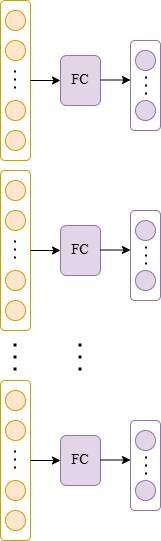
Before: Fig.4.drawio.png, a diagram exported from draw.io (linazuimeia/linazuimeia). Source tidied: cells renumbered, new cells last; positions are measured from the earlier drawing's top-left corner, leaving out a move shared by most shapes.
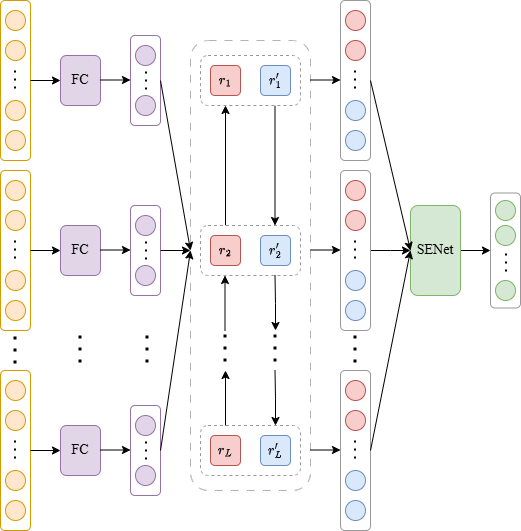
After the commit.

What changed in the source:
```diff
@@ -45,30 +45,30 @@
       </mxGeometry>
     </mxCell>
     <mxCell id="14" style="rounded=1;whiteSpace=wrap;html=1;fillColor=#FFFFFF;strokeColor=#d79b00;" parent="1" vertex="1">
-      <mxGeometry y="380" width="30" height="160" as="geometry" />
+      <mxGeometry y="370" width="30" height="160" as="geometry" />
     </mxCell>
     <mxCell id="15" style="ellipse;whiteSpace=wrap;html=1;fillColor=#ffe6cc;strokeColor=#d79b00;" parent="1" vertex="1">
-      <mxGeometry x="5" y="390" width="20" height="20" as="geometry" />
+      <mxGeometry x="5" y="380" width="20" height="20" as="geometry" />
     </mxCell>
     <mxCell id="16" style="ellipse;whiteSpace=wrap;html=1;fillColor=#ffe6cc;strokeColor=#d79b00;" parent="1" vertex="1">
-      <mxGeometry x="5" y="420" width="20" height="20" as="geometry" />
+      <mxGeometry x="5" y="410" width="20" height="20" as="geometry" />
     </mxCell>
     <mxCell id="17" style="ellipse;whiteSpace=wrap;html=1;fillColor=#ffe6cc;strokeColor=#d79b00;" parent="1" vertex="1">
-      <mxGeometry x="5" y="480" width="20" height="20" as="geometry" />
+      <mxGeometry x="5" y="470" width="20" height="20" as="geometry" />
     </mxCell>
     <mxCell id="18" style="ellipse;whiteSpace=wrap;html=1;fillColor=#ffe6cc;strokeColor=#d79b00;" parent="1" vertex="1">
-      <mxGeometry x="5" y="510" width="20" height="20" as="geometry" />
+      <mxGeometry x="5" y="500" width="20" height="20" as="geometry" />
     </mxCell>
     <mxCell id="19" style="endArrow=none;dashed=1;html=1;dashPattern=1 3;strokeWidth=2;rounded=0;" parent="1" edge="1">
       <mxGeometry relative="1" as="geometry">
-        <mxPoint x="14.5" y="450" as="sourcePoint" />
-        <mxPoint x="14.5" y="470" as="targetPoint" />
+        <mxPoint x="14.5" y="440" as="sourcePoint" />
+        <mxPoint x="14.5" y="460" as="targetPoint" />
       </mxGeometry>
     </mxCell>
     <mxCell id="20" style="endArrow=none;dashed=1;html=1;dashPattern=1 3;strokeWidth=3;rounded=0;" parent="1" edge="1">
       <mxGeometry relative="1" as="geometry">
-        <mxPoint x="14.5" y="370" as="sourcePoint" />
-        <mxPoint x="14.5" y="340" as="targetPoint" />
+        <mxPoint x="14.5" y="363" as="sourcePoint" />
+        <mxPoint x="14.5" y="333" as="targetPoint" />
       </mxGeometry>
     </mxCell>
     <mxCell id="21" style="endArrow=classic;html=1;rounded=0;exitX=1;exitY=0.5;exitDx=0;exitDy=0;" parent="1" edge="1" source="2">
@@ -90,17 +90,17 @@
     </mxCell>
     <mxCell id="25" style="endArrow=classic;html=1;rounded=0;exitX=1;exitY=0.5;exitDx=0;exitDy=0;" parent="1" edge="1">
       <mxGeometry relative="1" as="geometry">
-        <mxPoint x="30" y="460" as="sourcePoint" />
-        <mxPoint x="60" y="460" as="targetPoint" />
+        <mxPoint x="30" y="450" as="sourcePoint" />
+        <mxPoint x="60" y="450" as="targetPoint" />
       </mxGeometry>
     </mxCell>
     <mxCell id="26" value="&lt;font style=&quot;font-size: 14px;&quot; face=&quot;Times New Roman&quot;&gt;FC&lt;/font&gt;" style="rounded=1;whiteSpace=wrap;html=1;fillColor=#e1d5e7;strokeColor=#9673a6;" parent="1" vertex="1">
-      <mxGeometry x="60" y="435" width="40" height="50" as="geometry" />
+      <mxGeometry x="60" y="425" width="40" height="50" as="geometry" />
     </mxCell>
     <mxCell id="27" style="endArrow=none;dashed=1;html=1;dashPattern=1 3;strokeWidth=3;rounded=0;" parent="1" edge="1">
       <mxGeometry relative="1" as="geometry">
-        <mxPoint x="79.5" y="370" as="sourcePoint" />
-        <mxPoint x="79.5" y="340" as="targetPoint" />
+        <mxPoint x="79.5" y="362" as="sourcePoint" />
+        <mxPoint x="79.5" y="332" as="targetPoint" />
       </mxGeometry>
     </mxCell>
     <mxCell id="28" style="endArrow=classic;html=1;rounded=0;exitX=1;exitY=0.5;exitDx=0;exitDy=0;" parent="1" edge="1">
@@ -110,18 +110,18 @@
       </mxGeometry>
     </mxCell>
     <mxCell id="29" style="rounded=1;whiteSpace=wrap;html=1;fillColor=#FFFFFF;strokeColor=#9673a6;" parent="1" vertex="1">
-      <mxGeometry x="130" y="40" width="30" height="90" as="geometry" />
+      <mxGeometry x="130" y="35" width="30" height="90" as="geometry" />
     </mxCell>
     <mxCell id="30" style="ellipse;whiteSpace=wrap;html=1;fillColor=#e1d5e7;strokeColor=#9673a6;" parent="1" vertex="1">
-      <mxGeometry x="135" y="100" width="20" height="20" as="geometry" />
+      <mxGeometry x="135" y="95" width="20" height="20" as="geometry" />
     </mxCell>
     <mxCell id="31" style="ellipse;whiteSpace=wrap;html=1;fillColor=#e1d5e7;strokeColor=#9673a6;" parent="1" vertex="1">
-      <mxGeometry x="135" y="50" width="20" height="20" as="geometry" />
+      <mxGeometry x="135" y="45" width="20" height="20" as="geometry" />
     </mxCell>
     <mxCell id="32" style="endArrow=none;dashed=1;html=1;dashPattern=1 3;strokeWidth=2;rounded=0;" parent="1" edge="1">
       <mxGeometry relative="1" as="geometry">
-        <mxPoint x="145.5" y="76" as="sourcePoint" />
-        <mxPoint x="145.5" y="96" as="targetPoint" />
+        <mxPoint x="145.5" y="71" as="sourcePoint" />
+        <mxPoint x="145.5" y="91" as="targetPoint" />
       </mxGeometry>
     </mxCell>
     <mxCell id="33" style="endArrow=classic;html=1;rounded=0;exitX=1;exitY=0.5;exitDx=0;exitDy=0;" parent="1" edge="1">
@@ -131,40 +131,259 @@
       </mxGeometry>
     </mxCell>
     <mxCell id="34" style="rounded=1;whiteSpace=wrap;html=1;fillColor=#FFFFFF;strokeColor=#9673a6;" parent="1" vertex="1">
-      <mxGeometry x="130" y="210" width="30" height="90" as="geometry" />
+      <mxGeometry x="130" y="205" width="30" height="90" as="geometry" />
     </mxCell>
     <mxCell id="35" style="ellipse;whiteSpace=wrap;html=1;fillColor=#e1d5e7;strokeColor=#9673a6;" parent="1" vertex="1">
-      <mxGeometry x="135" y="270" width="20" height="20" as="geometry" />
+      <mxGeometry x="135" y="265" width="20" height="20" as="geometry" />
     </mxCell>
     <mxCell id="36" style="ellipse;whiteSpace=wrap;html=1;fillColor=#e1d5e7;strokeColor=#9673a6;" parent="1" vertex="1">
-      <mxGeometry x="135" y="220" width="20" height="20" as="geometry" />
+      <mxGeometry x="135" y="215" width="20" height="20" as="geometry" />
     </mxCell>
     <mxCell id="37" style="endArrow=none;dashed=1;html=1;dashPattern=1 3;strokeWidth=2;rounded=0;" parent="1" edge="1">
       <mxGeometry relative="1" as="geometry">
-        <mxPoint x="145.5" y="246" as="sourcePoint" />
-        <mxPoint x="145.5" y="266" as="targetPoint" />
+        <mxPoint x="145.5" y="241" as="sourcePoint" />
+        <mxPoint x="145.5" y="261" as="targetPoint" />
       </mxGeometry>
     </mxCell>
     <mxCell id="38" style="endArrow=classic;html=1;rounded=0;exitX=1;exitY=0.5;exitDx=0;exitDy=0;" parent="1" edge="1">
       <mxGeometry relative="1" as="geometry">
-        <mxPoint x="100" y="459.5" as="sourcePoint" />
-        <mxPoint x="130" y="459.5" as="targetPoint" />
+        <mxPoint x="100" y="449.5" as="sourcePoint" />
+        <mxPoint x="130" y="449.5" as="targetPoint" />
       </mxGeometry>
     </mxCell>
     <mxCell id="39" style="rounded=1;whiteSpace=wrap;html=1;fillColor=#FFFFFF;strokeColor=#9673a6;" parent="1" vertex="1">
-      <mxGeometry x="130" y="420" width="30" height="90" as="geometry" />
+      <mxGeometry x="130" y="405" width="30" height="90" as="geometry" />
     </mxCell>
     <mxCell id="40" style="ellipse;whiteSpace=wrap;html=1;fillColor=#e1d5e7;strokeColor=#9673a6;" parent="1" vertex="1">
-      <mxGeometry x="135" y="480" width="20" height="20" as="geometry" />
+      <mxGeometry x="135" y="465" width="20" height="20" as="geometry" />
     </mxCell>
     <mxCell id="41" style="ellipse;whiteSpace=wrap;html=1;fillColor=#e1d5e7;strokeColor=#9673a6;" parent="1" vertex="1">
-      <mxGeometry x="135" y="430" width="20" height="20" as="geometry" />
+      <mxGeometry x="135" y="415" width="20" height="20" as="geometry" />
     </mxCell>
     <mxCell id="42" style="endArrow=none;dashed=1;html=1;dashPattern=1 3;strokeWidth=2;rounded=0;" parent="1" edge="1">
       <mxGeometry relative="1" as="geometry">
-        <mxPoint x="145.5" y="456" as="sourcePoint" />
-        <mxPoint x="145.5" y="476" as="targetPoint" />
+        <mxPoint x="145.5" y="441" as="sourcePoint" />
+        <mxPoint x="145.5" y="461" as="targetPoint" />
       </mxGeometry>
     </mxCell>
+    <mxCell id="43" style="rounded=1;whiteSpace=wrap;html=1;dashed=1;dashPattern=8 8;fillColor=#FFFFFF;strokeColor=#B3B3B3;" parent="1" vertex="1">
+      <mxGeometry x="190" y="40" width="120" height="450" as="geometry" />
+    </mxCell>
+    <mxCell id="44" style="edgeStyle=orthogonalEdgeStyle;rounded=0;jettySize=auto;html=1;exitX=1;exitY=0.5;exitDx=0;exitDy=0;entryX=0;entryY=0.467;entryDx=0;entryDy=0;entryPerimeter=0;" parent="1" edge="1" source="34" target="43">
+      <mxGeometry relative="1" as="geometry" />
+    </mxCell>
+    <mxCell id="45" style="endArrow=classic;html=1;rounded=0;exitX=1;exitY=0.5;exitDx=0;exitDy=0;" parent="1" edge="1" source="29">
+      <mxGeometry relative="1" as="geometry">
+        <mxPoint x="190" y="250" as="targetPoint" />
+      </mxGeometry>
+    </mxCell>
+    <mxCell id="46" style="endArrow=classic;html=1;rounded=0;exitX=1;exitY=0.5;exitDx=0;exitDy=0;" parent="1" edge="1" source="39">
+      <mxGeometry relative="1" as="geometry">
+        <mxPoint x="190" y="250" as="targetPoint" />
+      </mxGeometry>
+    </mxCell>
+    <mxCell id="47" style="edgeStyle=orthogonalEdgeStyle;rounded=0;orthogonalLoop=1;jettySize=auto;html=1;exitX=0.25;exitY=1;exitDx=0;exitDy=0;entryX=0.25;entryY=0;entryDx=0;entryDy=0;" parent="1" edge="1">
+      <mxGeometry relative="1" as="geometry">
+        <mxPoint x="274.5" y="105" as="sourcePoint" />
+        <mxPoint x="274.5" y="225" as="targetPoint" />
+      </mxGeometry>
+    </mxCell>
+    <mxCell id="48" style="rounded=1;whiteSpace=wrap;html=1;dashed=1;strokeColor=#999999;" parent="1" vertex="1">
+      <mxGeometry x="200" y="55" width="100" height="50" as="geometry" />
+    </mxCell>
+    <mxCell id="49" value="$$ r_1 $$" style="rounded=1;whiteSpace=wrap;html=1;fillColor=#f8cecc;strokeColor=#b85450;" parent="1" vertex="1">
+      <mxGeometry x="210" y="65" width="30" height="30" as="geometry" />
+    </mxCell>
+    <mxCell id="50" value="$$ r'_1 $$" style="rounded=1;whiteSpace=wrap;html=1;fillColor=#dae8fc;strokeColor=#6c8ebf;" parent="1" vertex="1">
+      <mxGeometry x="260" y="65" width="30" height="30" as="geometry" />
+    </mxCell>
+    <mxCell id="51" style="edgeStyle=orthogonalEdgeStyle;rounded=0;jettySize=auto;html=1;exitX=0.25;exitY=0;exitDx=0;exitDy=0;entryX=0.25;entryY=1;entryDx=0;entryDy=0;" parent="1" edge="1" source="52" target="48">
+      <mxGeometry relative="1" as="geometry" />
+    </mxCell>
+    <mxCell id="52" style="rounded=1;whiteSpace=wrap;html=1;dashed=1;strokeColor=#999999;" parent="1" vertex="1">
+      <mxGeometry x="200" y="225" width="100" height="50" as="geometry" />
+    </mxCell>
+    <mxCell id="53" value="$$ r_2 $$" style="rounded=1;whiteSpace=wrap;html=1;fillColor=#f8cecc;strokeColor=#b85450;" parent="1" vertex="1">
+      <mxGeometry x="210" y="235" width="30" height="30" as="geometry" />
+    </mxCell>
+    <mxCell id="54" value="$$ r'_2 $$" style="rounded=1;whiteSpace=wrap;html=1;fillColor=#dae8fc;strokeColor=#6c8ebf;" parent="1" vertex="1">
+      <mxGeometry x="260" y="235" width="30" height="30" as="geometry" />
+    </mxCell>
+    <mxCell id="55" style="rounded=1;whiteSpace=wrap;html=1;dashed=1;strokeColor=#999999;" parent="1" vertex="1">
+      <mxGeometry x="200" y="425" width="100" height="50" as="geometry" />
+    </mxCell>
+    <mxCell id="56" value="$$ r_L $$" style="rounded=1;whiteSpace=wrap;html=1;fillColor=#f8cecc;strokeColor=#b85450;" parent="1" vertex="1">
+      <mxGeometry x="210" y="435" width="30" height="30" as="geometry" />
+    </mxCell>
+    <mxCell id="57" value="$$ r'_L $$" style="rounded=1;whiteSpace=wrap;html=1;fillColor=#dae8fc;strokeColor=#6c8ebf;" parent="1" vertex="1">
+      <mxGeometry x="260" y="435" width="30" height="30" as="geometry" />
+    </mxCell>
+    <mxCell id="58" style="edgeStyle=orthogonalEdgeStyle;rounded=0;orthogonalLoop=1;jettySize=auto;html=1;exitX=0.25;exitY=1;exitDx=0;exitDy=0;" parent="1" edge="1">
+      <mxGeometry relative="1" as="geometry">
+        <mxPoint x="274.5" y="275" as="sourcePoint" />
+        <mxPoint x="275" y="330" as="targetPoint" />
+      </mxGeometry>
+    </mxCell>
+    <mxCell id="59" style="edgeStyle=orthogonalEdgeStyle;rounded=0;orthogonalLoop=1;jettySize=auto;html=1;exitX=0.25;exitY=1;exitDx=0;exitDy=0;" parent="1" edge="1">
+      <mxGeometry relative="1" as="geometry">
+        <mxPoint x="274.5" y="370" as="sourcePoint" />
+        <mxPoint x="275" y="425" as="targetPoint" />
+      </mxGeometry>
+    </mxCell>
+    <mxCell id="60" style="endArrow=none;dashed=1;html=1;dashPattern=1 3;strokeWidth=3;rounded=0;" parent="1" edge="1">
+      <mxGeometry relative="1" as="geometry">
+        <mxPoint x="146.5" y="362" as="sourcePoint" />
+        <mxPoint x="146.5" y="332" as="targetPoint" />
+      </mxGeometry>
+    </mxCell>
+    <mxCell id="61" style="endArrow=none;dashed=1;html=1;dashPattern=1 3;strokeWidth=3;rounded=0;" parent="1" edge="1">
+      <mxGeometry relative="1" as="geometry">
+        <mxPoint x="274.5" y="361" as="sourcePoint" />
+        <mxPoint x="274.5" y="331" as="targetPoint" />
+      </mxGeometry>
+    </mxCell>
+    <mxCell id="62" style="endArrow=classic;html=1;rounded=0;exitX=0.25;exitY=0;exitDx=0;exitDy=0;" parent="1" edge="1" source="55">
+      <mxGeometry relative="1" as="geometry">
+        <mxPoint x="225" y="370" as="targetPoint" />
+      </mxGeometry>
+    </mxCell>
+    <mxCell id="63" style="endArrow=classic;html=1;rounded=0;exitX=0.25;exitY=0;exitDx=0;exitDy=0;" parent="1" edge="1">
+      <mxGeometry relative="1" as="geometry">
+        <mxPoint x="224.5" y="330" as="sourcePoint" />
+        <mxPoint x="224.5" y="275" as="targetPoint" />
+      </mxGeometry>
+    </mxCell>
+    <mxCell id="64" style="endArrow=none;dashed=1;html=1;dashPattern=1 3;strokeWidth=3;rounded=0;" parent="1" edge="1">
+      <mxGeometry relative="1" as="geometry">
+        <mxPoint x="224.5" y="361" as="sourcePoint" />
+        <mxPoint x="224.5" y="331" as="targetPoint" />
+      </mxGeometry>
+    </mxCell>
+    <mxCell id="65" style="rounded=1;whiteSpace=wrap;html=1;fillColor=#FFFFFF;strokeColor=#999999;" parent="1" vertex="1">
+      <mxGeometry x="340" width="30" height="160" as="geometry" />
+    </mxCell>
+    <mxCell id="66" style="ellipse;whiteSpace=wrap;html=1;fillColor=#f8cecc;strokeColor=#b85450;" parent="1" vertex="1">
+      <mxGeometry x="345" y="10" width="20" height="20" as="geometry" />
+    </mxCell>
+    <mxCell id="67" style="ellipse;whiteSpace=wrap;html=1;fillColor=#f8cecc;strokeColor=#b85450;" parent="1" vertex="1">
+      <mxGeometry x="345" y="40" width="20" height="20" as="geometry" />
+    </mxCell>
+    <mxCell id="68" style="ellipse;whiteSpace=wrap;html=1;fillColor=#dae8fc;strokeColor=#6c8ebf;" parent="1" vertex="1">
+      <mxGeometry x="345" y="100" width="20" height="20" as="geometry" />
+    </mxCell>
+    <mxCell id="69" style="ellipse;whiteSpace=wrap;html=1;fillColor=#dae8fc;strokeColor=#6c8ebf;" parent="1" vertex="1">
+      <mxGeometry x="345" y="130" width="20" height="20" as="geometry" />
+    </mxCell>
+    <mxCell id="70" style="endArrow=none;dashed=1;html=1;dashPattern=1 3;strokeWidth=2;rounded=0;" parent="1" edge="1">
+      <mxGeometry relative="1" as="geometry">
+        <mxPoint x="354.5" y="70" as="sourcePoint" />
+        <mxPoint x="354.5" y="90" as="targetPoint" />
+      </mxGeometry>
+    </mxCell>
+    <mxCell id="71" style="endArrow=classic;html=1;rounded=0;exitX=1;exitY=0.5;exitDx=0;exitDy=0;" parent="1" edge="1">
+      <mxGeometry relative="1" as="geometry">
+        <mxPoint x="310" y="79.5" as="sourcePoint" />
+        <mxPoint x="340" y="79.5" as="targetPoint" />
+      </mxGeometry>
+    </mxCell>
+    <mxCell id="72" style="edgeStyle=orthogonalEdgeStyle;rounded=0;jettySize=auto;html=1;exitX=1;exitY=0.5;exitDx=0;exitDy=0;" parent="1" edge="1" source="73">
+      <mxGeometry relative="1" as="geometry">
+        <mxPoint x="410" y="250" as="targetPoint" />
+      </mxGeometry>
+    </mxCell>
+    <mxCell id="73" style="rounded=1;whiteSpace=wrap;html=1;fillColor=#FFFFFF;strokeColor=#999999;" parent="1" vertex="1">
+      <mxGeometry x="340" y="170" width="30" height="160" as="geometry" />
+    </mxCell>
+    <mxCell id="74" style="ellipse;whiteSpace=wrap;html=1;fillColor=#f8cecc;strokeColor=#b85450;" parent="1" vertex="1">
+      <mxGeometry x="345" y="180" width="20" height="20" as="geometry" />
+    </mxCell>
+    <mxCell id="75" style="ellipse;whiteSpace=wrap;html=1;fillColor=#f8cecc;strokeColor=#b85450;" parent="1" vertex="1">
+      <mxGeometry x="345" y="210" width="20" height="20" as="geometry" />
+    </mxCell>
+    <mxCell id="76" style="ellipse;whiteSpace=wrap;html=1;fillColor=#dae8fc;strokeColor=#6c8ebf;" parent="1" vertex="1">
+      <mxGeometry x="345" y="270" width="20" height="20" as="geometry" />
+    </mxCell>
+    <mxCell id="77" style="ellipse;whiteSpace=wrap;html=1;fillColor=#dae8fc;strokeColor=#6c8ebf;" parent="1" vertex="1">
+      <mxGeometry x="345" y="300" width="20" height="20" as="geometry" />
+    </mxCell>
+    <mxCell id="78" style="endArrow=none;dashed=1;html=1;dashPattern=1 3;strokeWidth=2;rounded=0;" parent="1" edge="1">
+      <mxGeometry relative="1" as="geometry">
+        <mxPoint x="354.5" y="240" as="sourcePoint" />
+        <mxPoint x="354.5" y="260" as="targetPoint" />
+      </mxGeometry>
+    </mxCell>
+    <mxCell id="79" style="endArrow=classic;html=1;rounded=0;exitX=1;exitY=0.5;exitDx=0;exitDy=0;" parent="1" edge="1">
+      <mxGeometry relative="1" as="geometry">
+        <mxPoint x="310" y="249.5" as="sourcePoint" />
+        <mxPoint x="340" y="249.5" as="targetPoint" />
+      </mxGeometry>
+    </mxCell>
+    <mxCell id="80" style="rounded=1;whiteSpace=wrap;html=1;fillColor=#FFFFFF;strokeColor=#999999;" parent="1" vertex="1">
+      <mxGeometry x="340" y="370" width="30" height="160" as="geometry" />
+    </mxCell>
+    <mxCell id="81" style="ellipse;whiteSpace=wrap;html=1;fillColor=#f8cecc;strokeColor=#b85450;" parent="1" vertex="1">
+      <mxGeometry x="345" y="380" width="20" height="20" as="geometry" />
+    </mxCell>
+    <mxCell id="82" style="ellipse;whiteSpace=wrap;html=1;fillColor=#f8cecc;strokeColor=#b85450;" parent="1" vertex="1">
+      <mxGeometry x="345" y="410" width="20" height="20" as="geometry" />
+    </mxCell>
+    <mxCell id="83" style="ellipse;whiteSpace=wrap;html=1;fillColor=#dae8fc;strokeColor=#6c8ebf;" parent="1" vertex="1">
+      <mxGeometry x="345" y="470" width="20" height="20" as="geometry" />
+    </mxCell>
+    <mxCell id="84" style="ellipse;whiteSpace=wrap;html=1;fillColor=#dae8fc;strokeColor=#6c8ebf;" parent="1" vertex="1">
+      <mxGeometry x="345" y="500" width="20" height="20" as="geometry" />
+    </mxCell>
+    <mxCell id="85" style="endArrow=none;dashed=1;html=1;dashPattern=1 3;strokeWidth=2;rounded=0;" parent="1" edge="1">
+      <mxGeometry relative="1" as="geometry">
+        <mxPoint x="354.5" y="440" as="sourcePoint" />
+        <mxPoint x="354.5" y="460" as="targetPoint" />
+      </mxGeometry>
+    </mxCell>
+    <mxCell id="86" style="endArrow=classic;html=1;rounded=0;exitX=1;exitY=0.5;exitDx=0;exitDy=0;" parent="1" edge="1">
+      <mxGeometry relative="1" as="geometry">
+        <mxPoint x="310" y="449.5" as="sourcePoint" />
+        <mxPoint x="340" y="449.5" as="targetPoint" />
+      </mxGeometry>
+    </mxCell>
+    <mxCell id="87" style="endArrow=none;dashed=1;html=1;dashPattern=1 3;strokeWidth=3;rounded=0;" parent="1" edge="1">
+      <mxGeometry relative="1" as="geometry">
+        <mxPoint x="354.5" y="362" as="sourcePoint" />
+        <mxPoint x="354.5" y="332" as="targetPoint" />
+      </mxGeometry>
+    </mxCell>
+    <mxCell id="88" style="edgeStyle=orthogonalEdgeStyle;rounded=0;jettySize=auto;html=1;exitX=1;exitY=0.5;exitDx=0;exitDy=0;" parent="1" edge="1" source="89">
+      <mxGeometry relative="1" as="geometry">
+        <mxPoint x="490" y="250" as="targetPoint" />
+      </mxGeometry>
+    </mxCell>
+    <mxCell id="89" value="&lt;font style=&quot;font-size: 14px;&quot; face=&quot;Times New Roman&quot;&gt;SENet&lt;/font&gt;" style="rounded=1;whiteSpace=wrap;html=1;fillColor=#d5e8d4;strokeColor=#82b366;" parent="1" vertex="1">
+      <mxGeometry x="410" y="205" width="50" height="90" as="geometry" />
+    </mxCell>
+    <mxCell id="90" style="endArrow=classic;html=1;rounded=0;exitX=1;exitY=0.5;exitDx=0;exitDy=0;entryX=0;entryY=0.5;entryDx=0;entryDy=0;" parent="1" edge="1" source="65" target="89">
+      <mxGeometry relative="1" as="geometry" />
+    </mxCell>
+    <mxCell id="91" style="endArrow=classic;html=1;rounded=0;exitX=1;exitY=0.5;exitDx=0;exitDy=0;" parent="1" edge="1" source="80">
+      <mxGeometry relative="1" as="geometry">
+        <mxPoint x="410" y="250" as="targetPoint" />
+      </mxGeometry>
+    </mxCell>
+    <mxCell id="92" style="rounded=1;whiteSpace=wrap;html=1;fillColor=#FFFFFF;strokeColor=#999999;" parent="1" vertex="1">
+      <mxGeometry x="490" y="192.5" width="30" height="115" as="geometry" />
+    </mxCell>
+    <mxCell id="93" style="ellipse;whiteSpace=wrap;html=1;fillColor=#d5e8d4;strokeColor=#82b366;" parent="1" vertex="1">
+      <mxGeometry x="495" y="280" width="20" height="20" as="geometry" />
+    </mxCell>
+    <mxCell id="94" style="ellipse;whiteSpace=wrap;html=1;fillColor=#d5e8d4;strokeColor=#82b366;" parent="1" vertex="1">
+      <mxGeometry x="495" y="200" width="20" height="20" as="geometry" />
+    </mxCell>
+    <mxCell id="95" style="endArrow=none;dashed=1;html=1;dashPattern=1 3;strokeWidth=2;rounded=0;" parent="1" edge="1">
+      <mxGeometry relative="1" as="geometry">
+        <mxPoint x="505.5" y="253" as="sourcePoint" />
+        <mxPoint x="505.5" y="273" as="targetPoint" />
+      </mxGeometry>
+    </mxCell>
+    <mxCell id="96" style="ellipse;whiteSpace=wrap;html=1;fillColor=#d5e8d4;strokeColor=#82b366;" parent="1" vertex="1">
+      <mxGeometry x="495" y="225" width="20" height="20" as="geometry" />
+    </mxCell>
   </root>
 </mxGraphModel>
```
